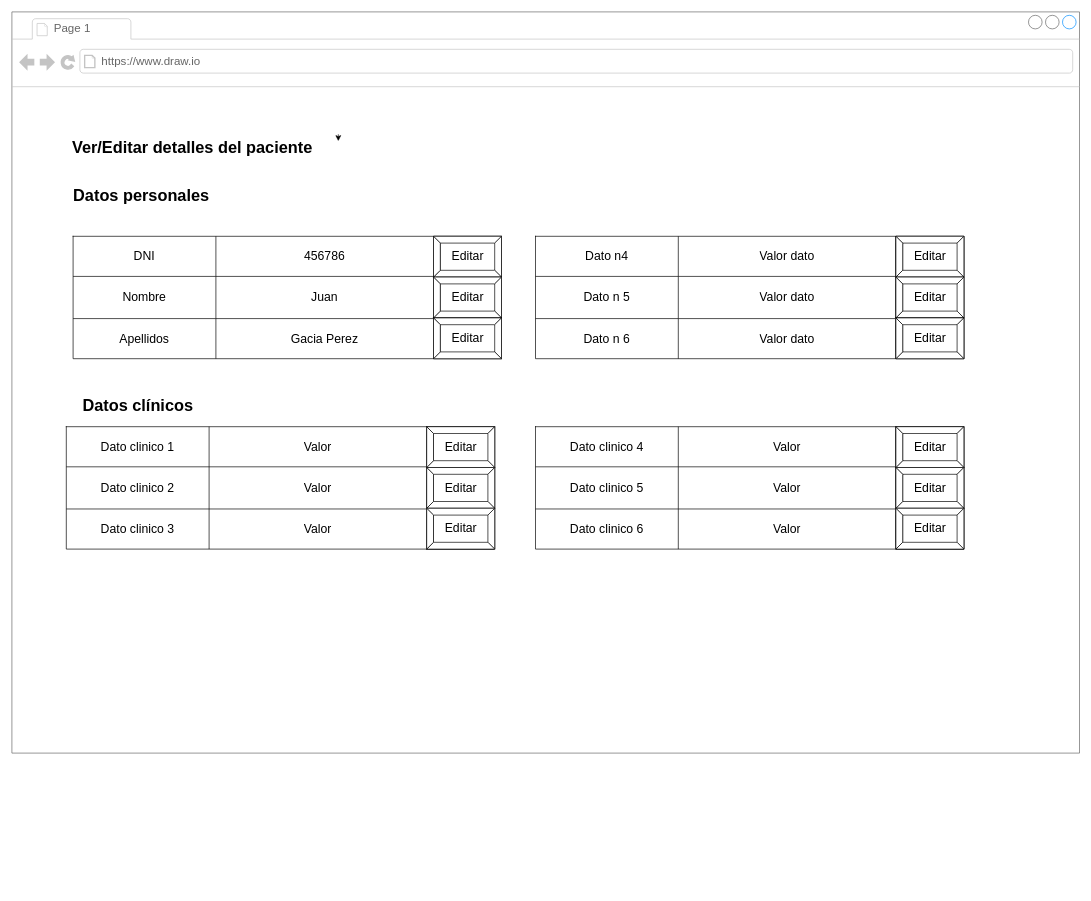
Above: wireframes/(Medico) Ver Editar detalles.drawio in bernatDiaz/artefactos (draw.io), before the change. Source tidied: cells renumbered, new cells numbered last; positions are measured from the earlier drawing's top-left corner, leaving out a move shared by most shapes. Both pictures are drawn from the tidied source at 68%, with x=0, y=0 at pixel (12, 12).
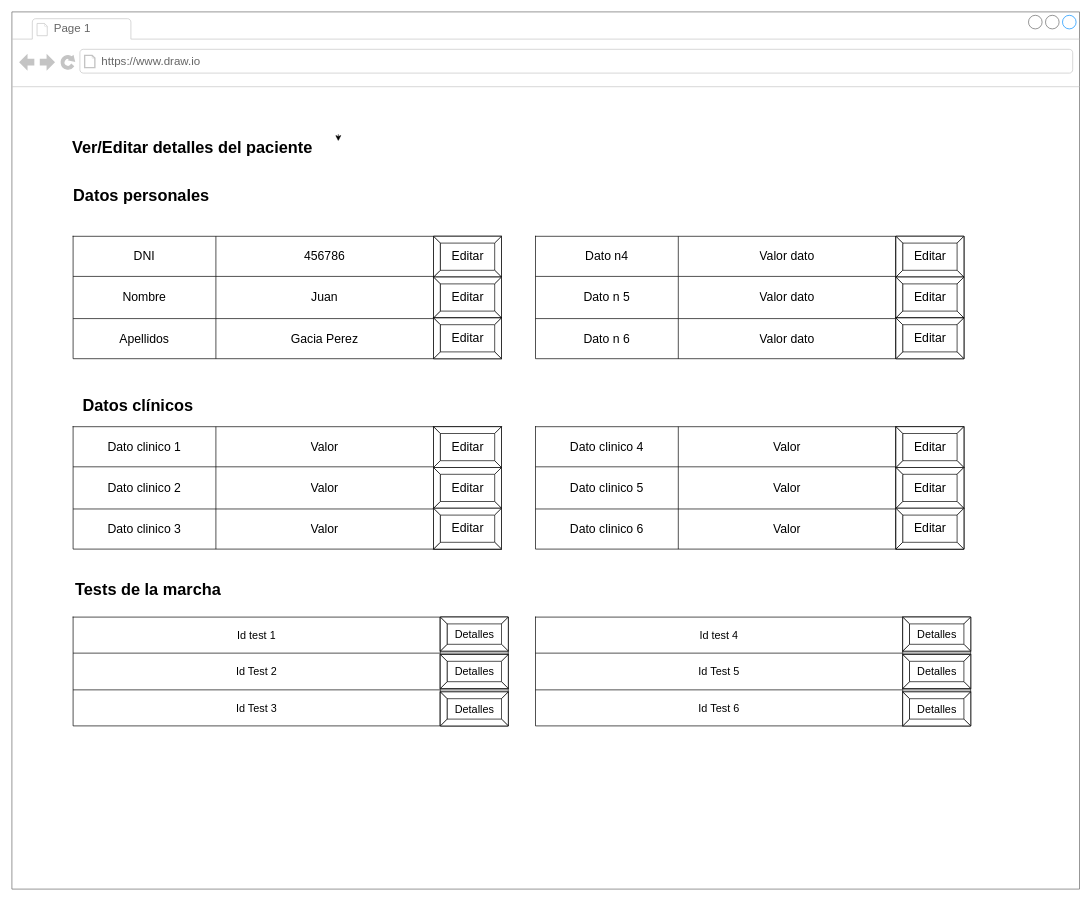
Above is the later version.

Change to the diagram source:
```diff
@@
     <mxCell id="2" style="strokeWidth=1;shadow=0;dashed=0;align=center;html=1;shape=mxgraph.mockup.containers.browserWindow;rSize=0;strokeColor=#666666;strokeColor2=#008cff;strokeColor3=#c4c4c4;mainText=,;" parent="1" vertex="1">
-      <mxGeometry width="1570" height="1090" as="geometry" />
+      <mxGeometry width="1570" height="1290" as="geometry" />
     </mxCell>
@@
     <mxCell id="41" style="shape=table;html=1;whiteSpace=wrap;startSize=0;childLayout=tableLayout;fontSize=18;" parent="2" vertex="1">
-      <mxGeometry x="80" y="610" width="630" height="180" as="geometry" />
+      <mxGeometry x="90" y="610" width="630" height="180" as="geometry" />
     </mxCell>
@@
     <mxCell id="54" value="Editar" style="labelPosition=center;verticalLabelPosition=middle;align=center;html=1;shape=mxgraph.basic.button;dx=10;fontSize=18;" parent="2" vertex="1">
-      <mxGeometry x="610" y="610" width="100" height="60" as="geometry" />
+      <mxGeometry x="620" y="610" width="100" height="60" as="geometry" />
     </mxCell>
     <mxCell id="55" value="Editar" style="labelPosition=center;verticalLabelPosition=middle;align=center;html=1;shape=mxgraph.basic.button;dx=10;fontSize=18;" parent="2" vertex="1">
-      <mxGeometry x="610" y="670" width="100" height="60" as="geometry" />
+      <mxGeometry x="620" y="670" width="100" height="60" as="geometry" />
     </mxCell>
     <mxCell id="56" value="Editar" style="labelPosition=center;verticalLabelPosition=middle;align=center;html=1;shape=mxgraph.basic.button;dx=10;fontSize=18;" parent="2" vertex="1">
-      <mxGeometry x="610" y="730" width="100" height="60" as="geometry" />
+      <mxGeometry x="620" y="730" width="100" height="60" as="geometry" />
     </mxCell>
@@
+    <mxCell id="73" value="Tests de la marcha" style="text;strokeColor=none;fillColor=none;html=1;fontSize=24;fontStyle=1;verticalAlign=middle;align=center;" parent="2" vertex="1">
+      <mxGeometry x="90" y="830" width="220" height="40" as="geometry" />
+    </mxCell>
+    <mxCell id="74" style="shape=table;html=1;whiteSpace=wrap;startSize=0;childLayout=tableLayout;" parent="2" vertex="1">
+      <mxGeometry x="90" y="890" width="640" height="160" as="geometry" />
+    </mxCell>
+    <mxCell id="75" style="shape=tableRow;horizontal=0;startSize=0;swimlaneHead=0;swimlaneBody=0;top=0;left=0;bottom=0;right=0;fillColor=none;" parent="74" vertex="1">
+      <mxGeometry width="640" height="53" as="geometry" />
+    </mxCell>
+    <mxCell id="76" value="&lt;font style=&quot;font-size: 16px&quot;&gt;Id test 1&lt;/font&gt;" style="shape=partialRectangle;html=1;whiteSpace=wrap;fillColor=none;top=0;left=0;bottom=0;right=0;overflow=hidden;" parent="75" vertex="1">
+      <mxGeometry width="540" height="53" as="geometry" />
+    </mxCell>
+    <mxCell id="77" style="shape=partialRectangle;html=1;whiteSpace=wrap;fillColor=none;top=0;left=0;bottom=0;right=0;overflow=hidden;" parent="75" vertex="1">
+      <mxGeometry x="540" width="100" height="53" as="geometry" />
+    </mxCell>
+    <mxCell id="78" style="shape=tableRow;horizontal=0;startSize=0;swimlaneHead=0;swimlaneBody=0;top=0;left=0;bottom=0;right=0;fillColor=none;" parent="74" vertex="1">
+      <mxGeometry y="53" width="640" height="54" as="geometry" />
+    </mxCell>
+    <mxCell id="79" value="&lt;font style=&quot;font-size: 16px&quot;&gt;Id Test 2&lt;/font&gt;" style="shape=partialRectangle;html=1;whiteSpace=wrap;fillColor=none;top=0;left=0;bottom=0;right=0;overflow=hidden;" parent="78" vertex="1">
+      <mxGeometry width="540" height="54" as="geometry" />
+    </mxCell>
+    <mxCell id="80" style="shape=partialRectangle;html=1;whiteSpace=wrap;fillColor=none;top=0;left=0;bottom=0;right=0;overflow=hidden;" parent="78" vertex="1">
+      <mxGeometry x="540" width="100" height="54" as="geometry" />
+    </mxCell>
+    <mxCell id="81" style="shape=tableRow;horizontal=0;startSize=0;swimlaneHead=0;swimlaneBody=0;top=0;left=0;bottom=0;right=0;fillColor=none;" parent="74" vertex="1">
+      <mxGeometry y="107" width="640" height="53" as="geometry" />
+    </mxCell>
+    <mxCell id="82" value="&lt;font style=&quot;font-size: 16px&quot;&gt;Id Test 3&lt;/font&gt;" style="shape=partialRectangle;html=1;whiteSpace=wrap;fillColor=none;top=0;left=0;bottom=0;right=0;overflow=hidden;" parent="81" vertex="1">
+      <mxGeometry width="540" height="53" as="geometry" />
+    </mxCell>
+    <mxCell id="83" style="shape=partialRectangle;html=1;whiteSpace=wrap;fillColor=none;top=0;left=0;bottom=0;right=0;overflow=hidden;" parent="81" vertex="1">
+      <mxGeometry x="540" width="100" height="53" as="geometry" />
+    </mxCell>
+    <mxCell id="84" value="&lt;font style=&quot;font-size: 16px&quot;&gt;Detalles&lt;/font&gt;" style="labelPosition=center;verticalLabelPosition=middle;align=center;html=1;shape=mxgraph.basic.button;dx=10;fontSize=16;" parent="2" vertex="1">
+      <mxGeometry x="630" y="890" width="100" height="50" as="geometry" />
+    </mxCell>
+    <mxCell id="85" value="&lt;font style=&quot;font-size: 16px&quot;&gt;Detalles&lt;/font&gt;" style="labelPosition=center;verticalLabelPosition=middle;align=center;html=1;shape=mxgraph.basic.button;dx=10;fontSize=16;" parent="2" vertex="1">
+      <mxGeometry x="630" y="1000" width="100" height="50" as="geometry" />
+    </mxCell>
+    <mxCell id="86" value="&lt;font style=&quot;font-size: 16px&quot;&gt;Detalles&lt;/font&gt;" style="labelPosition=center;verticalLabelPosition=middle;align=center;html=1;shape=mxgraph.basic.button;dx=10;fontSize=16;" parent="2" vertex="1">
+      <mxGeometry x="630" y="945" width="100" height="50" as="geometry" />
+    </mxCell>
+    <mxCell id="87" style="shape=table;html=1;whiteSpace=wrap;startSize=0;childLayout=tableLayout;" parent="2" vertex="1">
+      <mxGeometry x="770" y="890" width="640" height="160" as="geometry" />
+    </mxCell>
+    <mxCell id="88" style="shape=tableRow;horizontal=0;startSize=0;swimlaneHead=0;swimlaneBody=0;top=0;left=0;bottom=0;right=0;fillColor=none;" parent="87" vertex="1">
+      <mxGeometry width="640" height="53" as="geometry" />
+    </mxCell>
+    <mxCell id="89" value="&lt;font style=&quot;font-size: 16px&quot;&gt;Id test 4&lt;/font&gt;" style="shape=partialRectangle;html=1;whiteSpace=wrap;fillColor=none;top=0;left=0;bottom=0;right=0;overflow=hidden;" parent="88" vertex="1">
+      <mxGeometry width="540" height="53" as="geometry" />
+    </mxCell>
+    <mxCell id="90" style="shape=partialRectangle;html=1;whiteSpace=wrap;fillColor=none;top=0;left=0;bottom=0;right=0;overflow=hidden;" parent="88" vertex="1">
+      <mxGeometry x="540" width="100" height="53" as="geometry" />
+    </mxCell>
+    <mxCell id="91" style="shape=tableRow;horizontal=0;startSize=0;swimlaneHead=0;swimlaneBody=0;top=0;left=0;bottom=0;right=0;fillColor=none;" parent="87" vertex="1">
+      <mxGeometry y="53" width="640" height="54" as="geometry" />
+    </mxCell>
+    <mxCell id="92" value="&lt;font style=&quot;font-size: 16px&quot;&gt;Id Test 5&lt;/font&gt;" style="shape=partialRectangle;html=1;whiteSpace=wrap;fillColor=none;top=0;left=0;bottom=0;right=0;overflow=hidden;" parent="91" vertex="1">
+      <mxGeometry width="540" height="54" as="geometry" />
+    </mxCell>
+    <mxCell id="93" style="shape=partialRectangle;html=1;whiteSpace=wrap;fillColor=none;top=0;left=0;bottom=0;right=0;overflow=hidden;" parent="91" vertex="1">
+      <mxGeometry x="540" width="100" height="54" as="geometry" />
+    </mxCell>
+    <mxCell id="94" style="shape=tableRow;horizontal=0;startSize=0;swimlaneHead=0;swimlaneBody=0;top=0;left=0;bottom=0;right=0;fillColor=none;" parent="87" vertex="1">
+      <mxGeometry y="107" width="640" height="53" as="geometry" />
+    </mxCell>
+    <mxCell id="95" value="&lt;font style=&quot;font-size: 16px&quot;&gt;Id Test 6&lt;/font&gt;" style="shape=partialRectangle;html=1;whiteSpace=wrap;fillColor=none;top=0;left=0;bottom=0;right=0;overflow=hidden;" parent="94" vertex="1">
+      <mxGeometry width="540" height="53" as="geometry" />
+    </mxCell>
+    <mxCell id="96" style="shape=partialRectangle;html=1;whiteSpace=wrap;fillColor=none;top=0;left=0;bottom=0;right=0;overflow=hidden;" parent="94" vertex="1">
+      <mxGeometry x="540" width="100" height="53" as="geometry" />
+    </mxCell>
+    <mxCell id="97" value="&lt;font style=&quot;font-size: 16px&quot;&gt;Detalles&lt;/font&gt;" style="labelPosition=center;verticalLabelPosition=middle;align=center;html=1;shape=mxgraph.basic.button;dx=10;fontSize=16;" parent="2" vertex="1">
+      <mxGeometry x="1310" y="890" width="100" height="50" as="geometry" />
+    </mxCell>
+    <mxCell id="98" value="&lt;font style=&quot;font-size: 16px&quot;&gt;Detalles&lt;/font&gt;" style="labelPosition=center;verticalLabelPosition=middle;align=center;html=1;shape=mxgraph.basic.button;dx=10;fontSize=16;" parent="2" vertex="1">
+      <mxGeometry x="1310" y="1000" width="100" height="50" as="geometry" />
+    </mxCell>
+    <mxCell id="99" value="&lt;font style=&quot;font-size: 16px&quot;&gt;Detalles&lt;/font&gt;" style="labelPosition=center;verticalLabelPosition=middle;align=center;html=1;shape=mxgraph.basic.button;dx=10;fontSize=16;" parent="2" vertex="1">
+      <mxGeometry x="1310" y="945" width="100" height="50" as="geometry" />
+    </mxCell>
```
